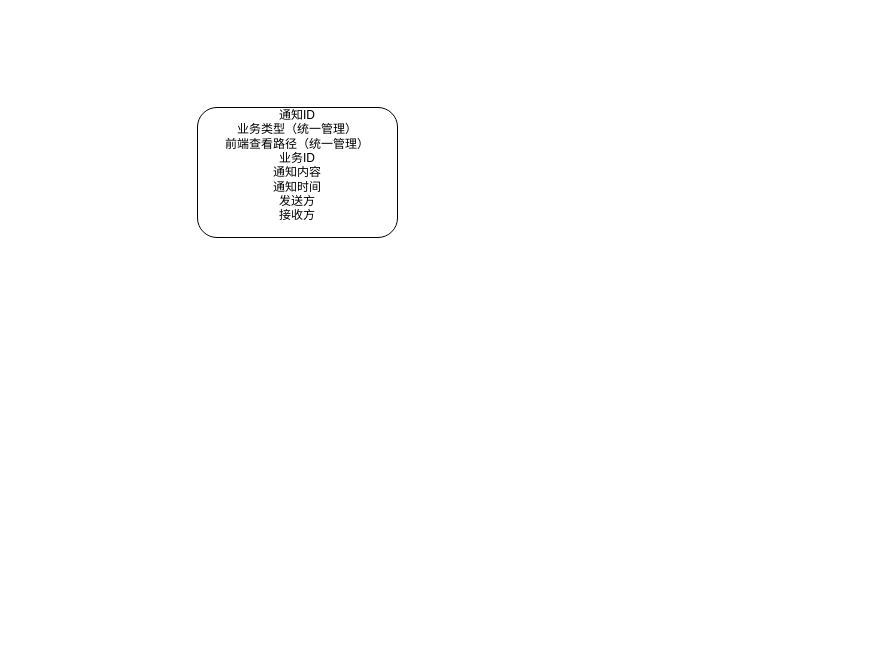
Before: 用户代办通知.drawio in chaomings/simple, a draw.io diagram. Source tidied: cells renumbered, new cells numbered last; positions are measured from the earlier drawing's top-left corner, leaving out a move shared by most shapes. Both pictures are drawn from the tidied source at 100%, with x=0, y=0 at pixel (197, 107).
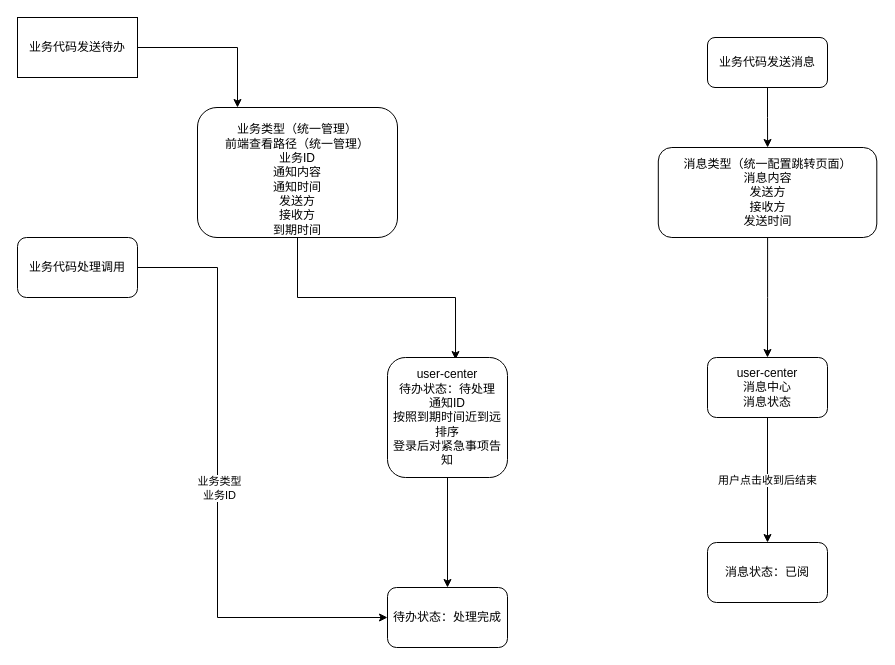
The same diagram, later.

Commit message (it also covers changes not shown here):
Update 用户代办通知.drawio

What changed in the source:
```diff
@@
+    <mxCell id="3" style="edgeStyle=orthogonalEdgeStyle;rounded=0;jettySize=auto;html=1;entryX=0.567;entryY=0.017;entryDx=0;entryDy=0;entryPerimeter=0;" parent="1" edge="1" source="2" target="7">
+      <mxGeometry relative="1" as="geometry" />
+    </mxCell>
-    <mxCell id="2" value="通知ID&lt;br&gt;业务类型（统一管理）&lt;br&gt;前端查看路径（统一管理）&lt;br&gt;业务ID&lt;br&gt;通知内容&lt;br&gt;通知时间&lt;br&gt;发送方&lt;br&gt;接收方&lt;br&gt;&lt;br&gt;" style="rounded=1;whiteSpace=wrap;html=1;" parent="1" vertex="1">
+    <mxCell id="2" value="&lt;br&gt;业务类型（统一管理）&lt;br&gt;前端查看路径（统一管理）&lt;br&gt;业务ID&lt;br&gt;通知内容&lt;br&gt;通知时间&lt;br&gt;发送方&lt;br&gt;接收方&lt;br&gt;到期时间" style="rounded=1;whiteSpace=wrap;html=1;" parent="1" vertex="1">
       <mxGeometry width="200" height="130" as="geometry" />
     </mxCell>
+    <mxCell id="4" style="edgeStyle=orthogonalEdgeStyle;rounded=0;jettySize=auto;html=1;entryX=0.2;entryY=0;entryDx=0;entryDy=0;entryPerimeter=0;" parent="1" edge="1" source="5" target="2">
+      <mxGeometry relative="1" as="geometry" />
+    </mxCell>
+    <mxCell id="5" value="业务代码发送待办" style="rounded=0;whiteSpace=wrap;html=1;" parent="1" vertex="1">
+      <mxGeometry x="-180" y="-90" width="120" height="60" as="geometry" />
+    </mxCell>
+    <mxCell id="6" style="edgeStyle=orthogonalEdgeStyle;rounded=0;jettySize=auto;html=1;entryX=0.5;entryY=0;entryDx=0;entryDy=0;" parent="1" edge="1" source="7" target="11">
+      <mxGeometry relative="1" as="geometry" />
+    </mxCell>
+    <mxCell id="7" value="user-center&lt;br&gt;待办状态：待处理&lt;br&gt;通知ID&lt;br&gt;按照到期时间近到远排序&lt;br&gt;登录后对紧急事项告知" style="rounded=1;whiteSpace=wrap;html=1;" parent="1" vertex="1">
+      <mxGeometry x="190" y="250" width="120" height="120" as="geometry" />
+    </mxCell>
+    <mxCell id="8" style="edgeStyle=orthogonalEdgeStyle;rounded=0;jettySize=auto;html=1;entryX=0;entryY=0.5;entryDx=0;entryDy=0;" parent="1" edge="1" source="10" target="11">
+      <mxGeometry relative="1" as="geometry">
+        <Array as="points">
+          <mxPoint x="20" y="160" />
+          <mxPoint x="20" y="510" />
+        </Array>
+      </mxGeometry>
+    </mxCell>
+    <mxCell id="9" value="业务类型&lt;br&gt;业务ID" style="edgeLabel;html=1;align=center;verticalAlign=middle;" parent="8" vertex="1">
+      <mxGeometry y="1" relative="1" as="geometry" />
+    </mxCell>
+    <mxCell id="10" value="业务代码处理调用" style="rounded=1;whiteSpace=wrap;html=1;" parent="1" vertex="1">
+      <mxGeometry x="-180" y="130" width="120" height="60" as="geometry" />
+    </mxCell>
+    <mxCell id="11" value="待办状态：处理完成" style="whiteSpace=wrap;html=1;rounded=1;" parent="1" vertex="1">
+      <mxGeometry x="190" y="480" width="120" height="60" as="geometry" />
+    </mxCell>
+    <mxCell id="12" value="用户点击收到后结束" style="edgeStyle=orthogonalEdgeStyle;rounded=0;jettySize=auto;html=1;entryX=0.5;entryY=0;entryDx=0;entryDy=0;" parent="1" edge="1" source="13" target="18">
+      <mxGeometry relative="1" as="geometry" />
+    </mxCell>
+    <mxCell id="13" value="user-center&lt;br&gt;消息中心&lt;br&gt;消息状态" style="rounded=1;whiteSpace=wrap;html=1;" parent="1" vertex="1">
+      <mxGeometry x="510" y="250" width="120" height="60" as="geometry" />
+    </mxCell>
+    <mxCell id="14" style="edgeStyle=orthogonalEdgeStyle;rounded=0;jettySize=auto;html=1;" parent="1" edge="1" source="15" target="17">
+      <mxGeometry relative="1" as="geometry" />
+    </mxCell>
+    <mxCell id="15" value="业务代码发送消息" style="rounded=1;whiteSpace=wrap;html=1;" parent="1" vertex="1">
+      <mxGeometry x="510" y="-70" width="120" height="50" as="geometry" />
+    </mxCell>
+    <mxCell id="16" style="edgeStyle=orthogonalEdgeStyle;rounded=0;jettySize=auto;html=1;entryX=0.5;entryY=0;entryDx=0;entryDy=0;" parent="1" edge="1" source="17" target="13">
+      <mxGeometry relative="1" as="geometry" />
+    </mxCell>
+    <mxCell id="17" value="消息类型（统一配置跳转页面）&lt;br&gt;消息内容&lt;br&gt;发送方&lt;br&gt;接收方&lt;br&gt;发送时间" style="rounded=1;whiteSpace=wrap;html=1;" parent="1" vertex="1">
+      <mxGeometry x="460.8" y="40" width="218.5" height="90" as="geometry" />
+    </mxCell>
+    <mxCell id="18" value="消息状态：已阅" style="rounded=1;whiteSpace=wrap;html=1;" parent="1" vertex="1">
+      <mxGeometry x="510" y="435" width="120" height="60" as="geometry" />
+    </mxCell>
```
